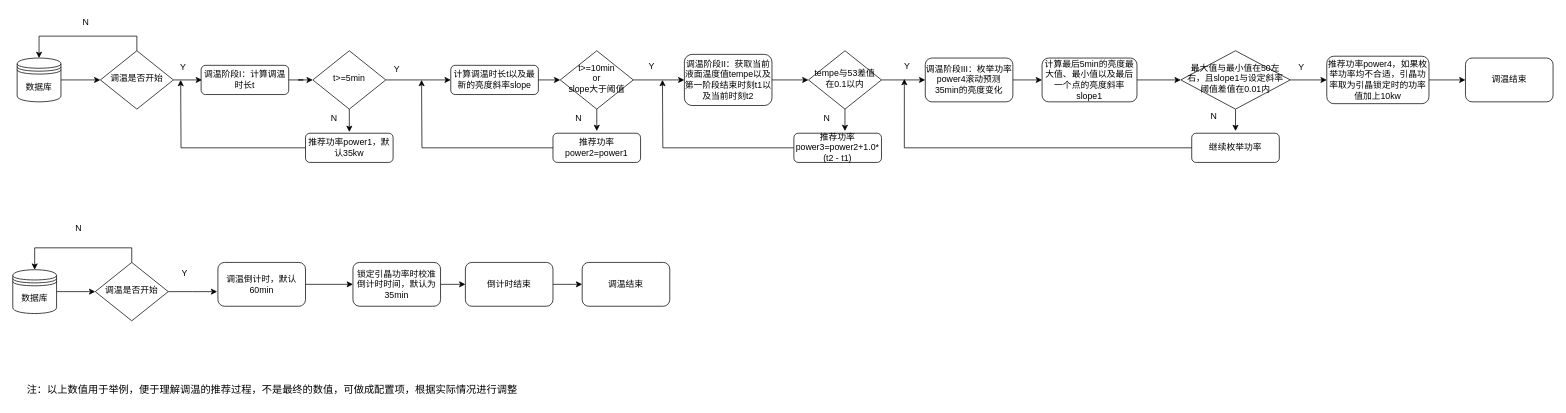
ykchasingwind/2019iFLYTEK_MachineryLife_Baseline keeps this draw.io diagram as 调温阶段功率推荐.drawio. Above is the earlier version. Source tidied: cells renumbered, new cells numbered last; positions are measured from the earlier drawing's top-left corner, leaving out a move shared by most shapes. Both pictures are drawn from the tidied source at 73%, with x=0, y=0 at pixel (12, 12).
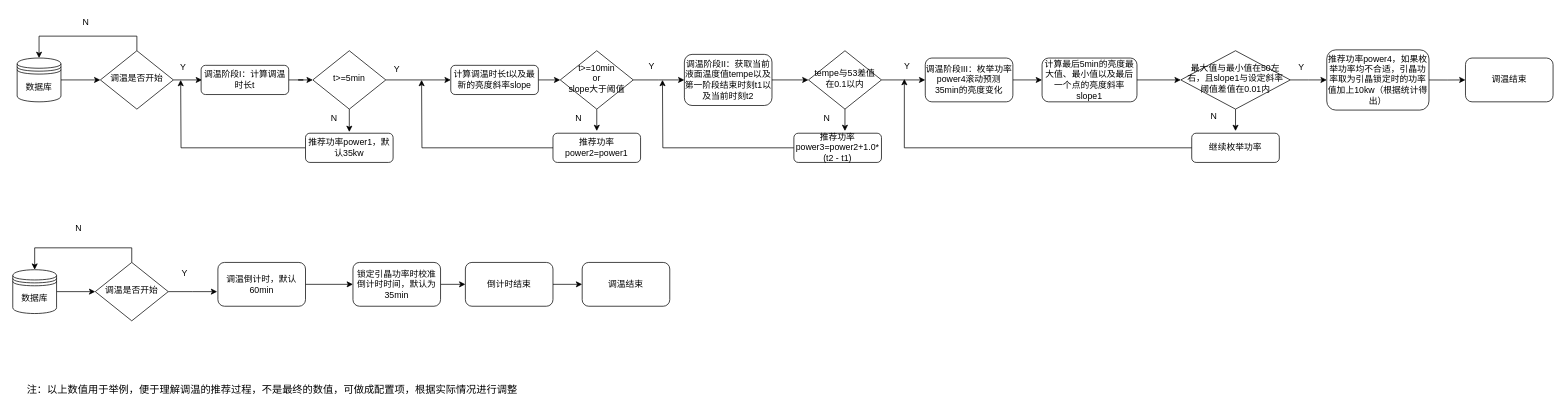
The same diagram, later.

Commit message (it also covers changes not shown here):
更新调温阶段功率推荐.drawio

The edit, as a diff of the source:
```diff
@@
-    <mxCell id="44" value="推荐功率power4，如果枚举功率均不合适，引晶功率取为引晶锁定时的功率值加上10kw" style="rounded=1;whiteSpace=wrap;html=1;fontSize=12;glass=0;strokeWidth=1;shadow=0;labelBackgroundColor=none;" parent="1" vertex="1">
-      <mxGeometry x="1800" y="59.5" width="140" height="65" as="geometry" />
+    <mxCell id="44" value="推荐功率power4，如果枚举功率均不合适，引晶功率取为引晶锁定时的功率值加上10kw（根据统计得出）" style="rounded=1;whiteSpace=wrap;html=1;fontSize=12;glass=0;strokeWidth=1;shadow=0;labelBackgroundColor=none;" parent="1" vertex="1">
+      <mxGeometry x="1800" y="50.8" width="140" height="82.5" as="geometry" />
     </mxCell>
```
